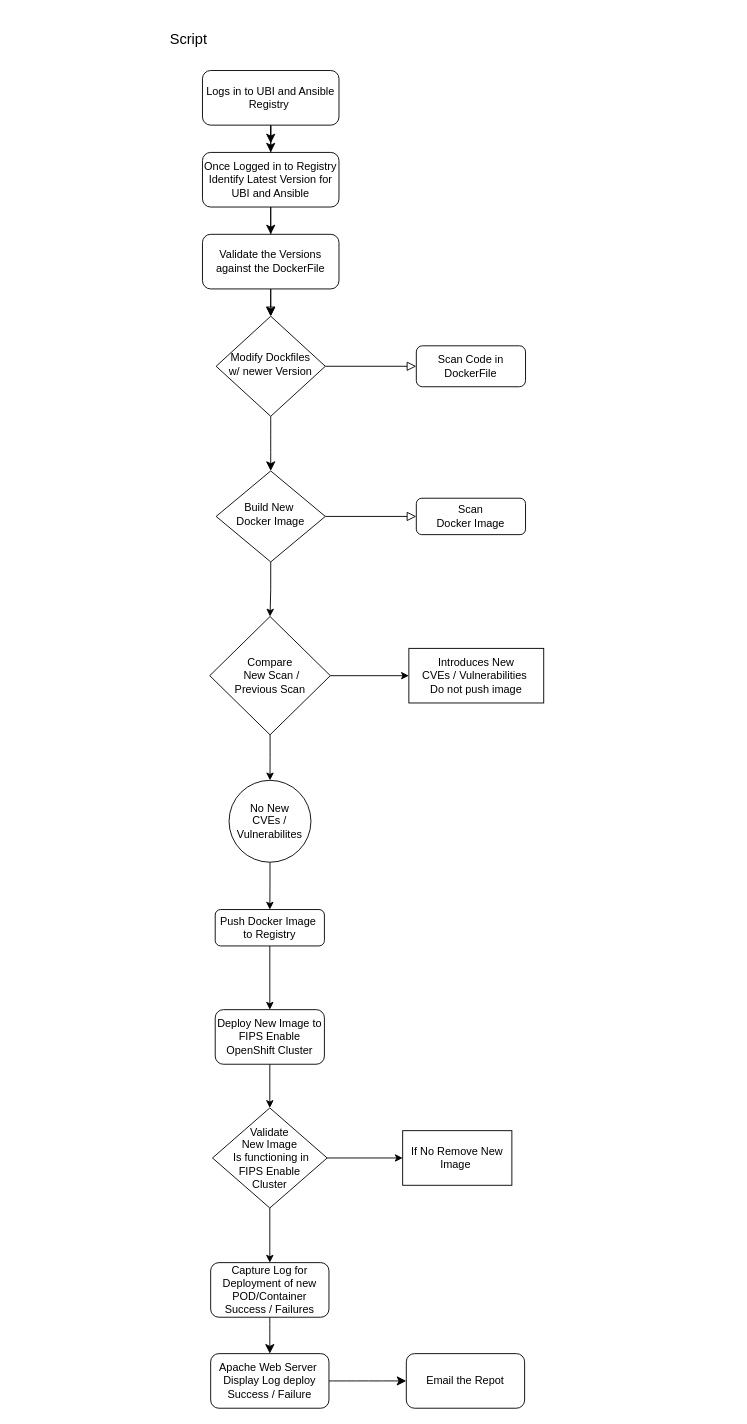
Before: Untitled Diagram.drawio in 87utierrez/BaseImageValidation, a draw.io diagram. Source tidied: cells renumbered, new cells numbered last; positions are measured from the earlier drawing's top-left corner, leaving out a move shared by most shapes. Both pictures are drawn from the tidied source at 91%, with x=0, y=0 at pixel (134, 25).
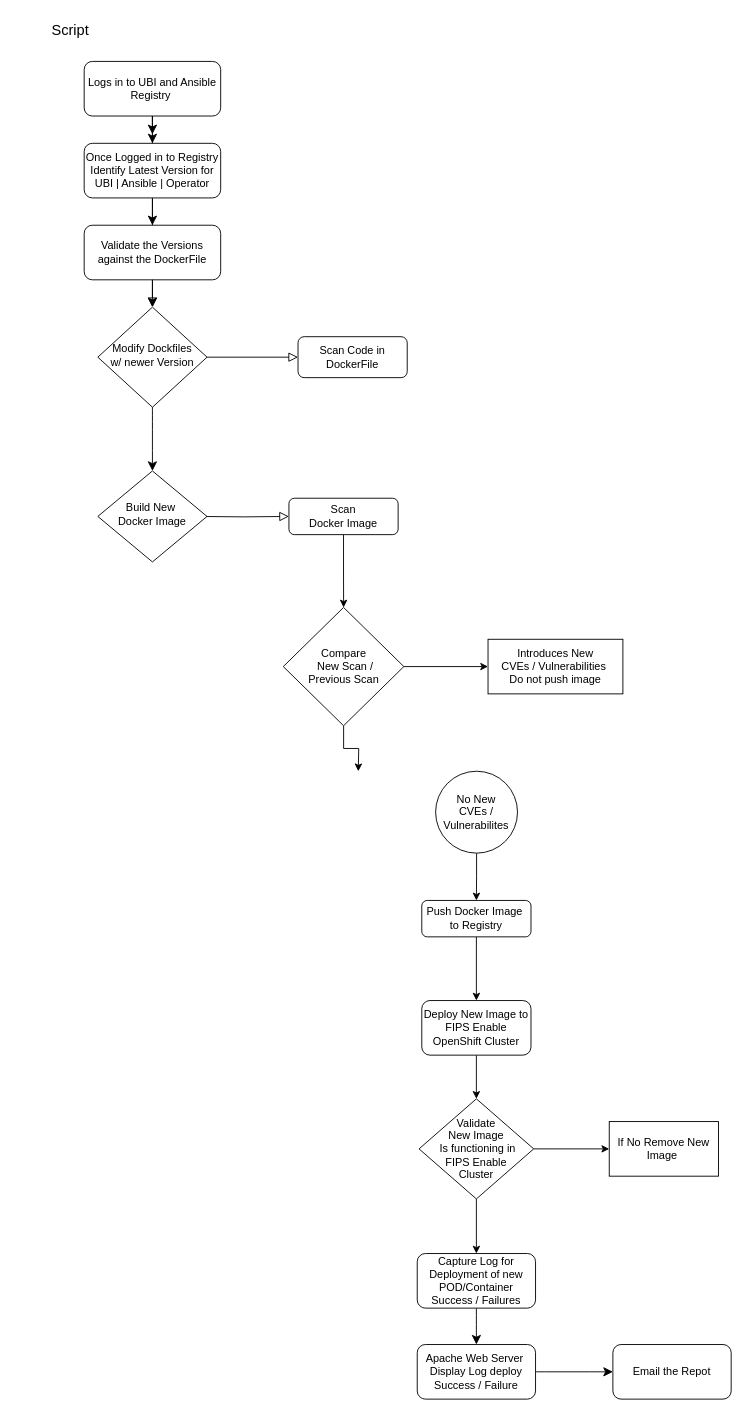
The same diagram, later.

Commit message:
Work-Flow-Diagram

What changed in the source:
```diff
@@
     <mxCell id="3" style="edgeStyle=none;curved=1;rounded=0;jettySize=auto;html=1;fontSize=12;startSize=8;endSize=8;" parent="1" edge="1" source="5">
       <mxGeometry relative="1" as="geometry">
-        <mxPoint x="150" y="130" as="targetPoint" />
+        <mxPoint x="20" y="120" as="targetPoint" />
       </mxGeometry>
     </mxCell>
@@
     <mxCell id="5" value="Logs in to UBI and Ansible Registry&amp;nbsp;" style="rounded=1;whiteSpace=wrap;html=1;fontSize=12;glass=0;strokeWidth=1;shadow=0;" parent="1" vertex="1">
-      <mxGeometry x="75" y="50" width="150" height="60" as="geometry" />
+      <mxGeometry x="-55" y="40" width="150" height="60" as="geometry" />
     </mxCell>
@@
     <mxCell id="7" value="Modify Dockfiles&lt;br&gt;w/ newer Version" style="rhombus;whiteSpace=wrap;html=1;shadow=0;fontFamily=Helvetica;fontSize=12;align=center;strokeWidth=1;spacing=6;spacingTop=-4;" parent="1" vertex="1">
-      <mxGeometry x="90" y="320" width="120" height="110" as="geometry" />
+      <mxGeometry x="-40" y="310" width="120" height="110" as="geometry" />
     </mxCell>
     <mxCell id="8" value="Scan Code in DockerFile" style="rounded=1;whiteSpace=wrap;html=1;fontSize=12;glass=0;strokeWidth=1;shadow=0;" parent="1" vertex="1">
-      <mxGeometry x="310" y="352.5" width="120" height="45" as="geometry" />
+      <mxGeometry x="180" y="342.5" width="120" height="45" as="geometry" />
     </mxCell>
-    <mxCell id="9" style="edgeStyle=orthogonalEdgeStyle;rounded=0;html=1;jettySize=auto;fontSize=11;endArrow=block;endFill=0;endSize=8;strokeWidth=1;shadow=0;labelBackgroundColor=none;" parent="1" edge="1" source="11" target="14">
-      <mxGeometry y="10" relative="1" as="geometry" />
+    <mxCell id="9" style="edgeStyle=orthogonalEdgeStyle;rounded=0;html=1;jettySize=auto;fontSize=11;endArrow=block;endFill=0;endSize=8;strokeWidth=1;shadow=0;labelBackgroundColor=none;" parent="1" edge="1" target="14">
+      <mxGeometry y="10" relative="1" as="geometry">
+        <mxPoint x="70" y="540" as="sourcePoint" />
+      </mxGeometry>
     </mxCell>
-    <mxCell id="10" style="edgeStyle=orthogonalEdgeStyle;rounded=0;jettySize=auto;html=1;entryX=0.5;entryY=0;entryDx=0;entryDy=0;" parent="1" edge="1" source="11" target="28">
-      <mxGeometry relative="1" as="geometry" />
-    </mxCell>
     <mxCell id="11" value="Build New&amp;nbsp;&lt;br&gt;Docker Image" style="rhombus;whiteSpace=wrap;html=1;shadow=0;fontFamily=Helvetica;fontSize=12;align=center;strokeWidth=1;spacing=6;spacingTop=-4;" parent="1" vertex="1">
-      <mxGeometry x="90" y="490" width="120" height="100" as="geometry" />
+      <mxGeometry x="-40" y="490" width="120" height="100" as="geometry" />
     </mxCell>
@@
     <mxCell id="13" value="Push Docker Image&amp;nbsp;&lt;br&gt;to Registry" style="rounded=1;whiteSpace=wrap;html=1;fontSize=12;glass=0;strokeWidth=1;shadow=0;" parent="1" vertex="1">
-      <mxGeometry x="89" y="972" width="120" height="40" as="geometry" />
+      <mxGeometry x="316" y="962" width="120" height="40" as="geometry" />
     </mxCell>
+    <mxCell id="38" style="edgeStyle=orthogonalEdgeStyle;rounded=0;jettySize=auto;html=1;" parent="1" edge="1" source="14" target="28">
+      <mxGeometry relative="1" as="geometry" />
+    </mxCell>
     <mxCell id="14" value="Scan&lt;br&gt;Docker Image" style="rounded=1;whiteSpace=wrap;html=1;fontSize=12;glass=0;strokeWidth=1;shadow=0;" parent="1" vertex="1">
-      <mxGeometry x="310" y="520" width="120" height="40" as="geometry" />
+      <mxGeometry x="170" y="520" width="120" height="40" as="geometry" />
     </mxCell>
     <mxCell id="15" value="Script" style="text;html=1;strokeColor=none;fillColor=none;align=center;verticalAlign=middle;whiteSpace=wrap;rounded=0;fontSize=16;" parent="1" vertex="1">
-      <mxGeometry width="120" height="30" as="geometry" />
+      <mxGeometry x="-130" y="-10" width="120" height="30" as="geometry" />
     </mxCell>
@@
-    <mxCell id="17" value="Once Logged in to Registry Identify Latest Version for UBI and Ansible" style="rounded=1;whiteSpace=wrap;html=1;fontSize=12;glass=0;strokeWidth=1;shadow=0;" parent="1" vertex="1">
-      <mxGeometry x="75" y="140" width="150" height="60" as="geometry" />
+    <mxCell id="17" value="Once Logged in to Registry Identify Latest Version for UBI | Ansible | Operator" style="rounded=1;whiteSpace=wrap;html=1;fontSize=12;glass=0;strokeWidth=1;shadow=0;" parent="1" vertex="1">
+      <mxGeometry x="-55" y="130" width="150" height="60" as="geometry" />
     </mxCell>
@@
     <mxCell id="19" value="Validate the Versions against the DockerFile" style="rounded=1;whiteSpace=wrap;html=1;fontSize=12;glass=0;strokeWidth=1;shadow=0;" parent="1" vertex="1">
-      <mxGeometry x="75" y="230" width="150" height="60" as="geometry" />
+      <mxGeometry x="-55" y="220" width="150" height="60" as="geometry" />
     </mxCell>
@@
     <mxCell id="22" value="Capture Log for Deployment of new POD/Container&lt;br&gt;Success / Failures" style="rounded=1;whiteSpace=wrap;html=1;fontSize=12;glass=0;strokeWidth=1;shadow=0;" parent="1" vertex="1">
-      <mxGeometry x="84" y="1360" width="130" height="60" as="geometry" />
+      <mxGeometry x="311" y="1350" width="130" height="60" as="geometry" />
     </mxCell>
@@
     <mxCell id="24" value="Apache Web Server&amp;nbsp;&lt;br&gt;Display Log deploy&lt;br&gt;Success / Failure" style="rounded=1;whiteSpace=wrap;html=1;fontSize=12;glass=0;strokeWidth=1;shadow=0;" parent="1" vertex="1">
-      <mxGeometry x="84" y="1460" width="130" height="60" as="geometry" />
+      <mxGeometry x="311" y="1450" width="130" height="60" as="geometry" />
     </mxCell>
     <mxCell id="25" value="Email the Repot" style="rounded=1;whiteSpace=wrap;html=1;fontSize=12;glass=0;strokeWidth=1;shadow=0;" parent="1" vertex="1">
-      <mxGeometry x="299" y="1460" width="130" height="60" as="geometry" />
+      <mxGeometry x="526" y="1450" width="130" height="60" as="geometry" />
     </mxCell>
@@
-    <mxCell id="27" style="edgeStyle=orthogonalEdgeStyle;rounded=0;jettySize=auto;html=1;" parent="1" edge="1" source="28" target="31">
-      <mxGeometry relative="1" as="geometry" />
+    <mxCell id="27" style="edgeStyle=orthogonalEdgeStyle;rounded=0;jettySize=auto;html=1;" parent="1" edge="1" source="28">
+      <mxGeometry relative="1" as="geometry">
+        <mxPoint x="246.2" y="820" as="targetPoint" />
+      </mxGeometry>
     </mxCell>
     <mxCell id="28" value="Compare &lt;br&gt;&amp;nbsp;New Scan /&lt;br&gt;Previous Scan" style="rhombus;whiteSpace=wrap;html=1;" parent="1" vertex="1">
-      <mxGeometry x="83" y="650" width="132.5" height="130" as="geometry" />
+      <mxGeometry x="163.8" y="640" width="132.5" height="130" as="geometry" />
     </mxCell>
     <mxCell id="29" value="Introduces New &lt;br&gt;CVEs / Vulnerabilities&amp;nbsp;&lt;br&gt;Do not push image" style="whiteSpace=wrap;html=1;" parent="1" vertex="1">
-      <mxGeometry x="301.8" y="685" width="148.2" height="60" as="geometry" />
+      <mxGeometry x="388.8" y="675" width="148.2" height="60" as="geometry" />
     </mxCell>
@@
     <mxCell id="31" value="No New&lt;br&gt;CVEs / Vulnerabilites" style="ellipse;whiteSpace=wrap;html=1;" parent="1" vertex="1">
-      <mxGeometry x="104.2" y="830" width="90" height="90" as="geometry" />
+      <mxGeometry x="331.2" y="820" width="90" height="90" as="geometry" />
     </mxCell>
@@
     <mxCell id="34" value="Validate&lt;br&gt;New Image&lt;br&gt;&amp;nbsp;Is functioning in&lt;br&gt;FIPS Enable &lt;br&gt;Cluster" style="rhombus;whiteSpace=wrap;html=1;" parent="1" vertex="1">
-      <mxGeometry x="86" y="1190" width="126" height="110" as="geometry" />
+      <mxGeometry x="313" y="1180" width="126" height="110" as="geometry" />
     </mxCell>
@@
     <mxCell id="36" value="Deploy New Image to FIPS Enable OpenShift Cluster" style="whiteSpace=wrap;html=1;rounded=1;glass=0;strokeWidth=1;shadow=0;" parent="1" vertex="1">
-      <mxGeometry x="89" y="1082" width="120" height="60" as="geometry" />
+      <mxGeometry x="316" y="1072" width="120" height="60" as="geometry" />
     </mxCell>
     <mxCell id="37" value="If&amp;nbsp;No Remove New Image&amp;nbsp;" style="whiteSpace=wrap;html=1;" parent="1" vertex="1">
-      <mxGeometry x="295" y="1215" width="120" height="60" as="geometry" />
+      <mxGeometry x="522" y="1205" width="120" height="60" as="geometry" />
     </mxCell>
```
